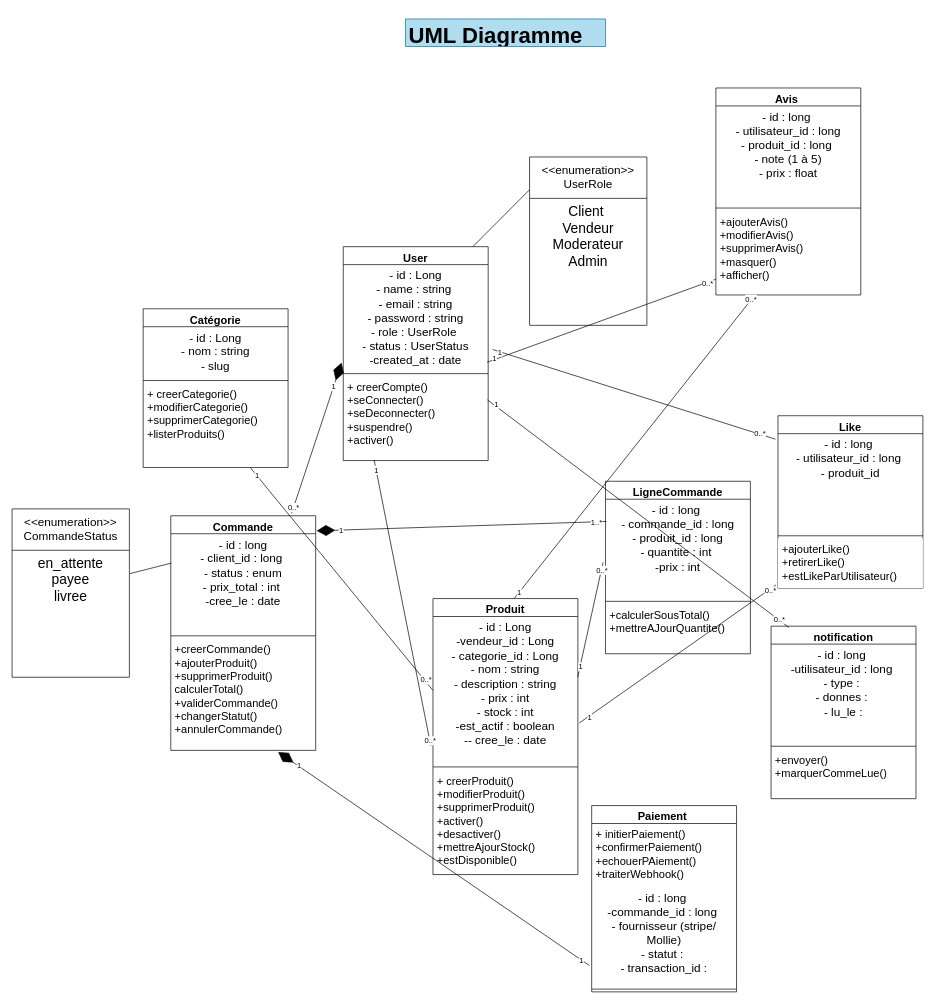
10LOKI/LocalMart keeps this draw.io diagram as public/assets/DiagramUML.drawio. Above is the earlier version. Source tidied: cells renumbered, new cells numbered last; positions are measured from the earlier drawing's top-left corner, leaving out a move shared by most shapes. Both pictures are drawn from the tidied source at 69%, with x=0, y=0 at pixel (12, 19).
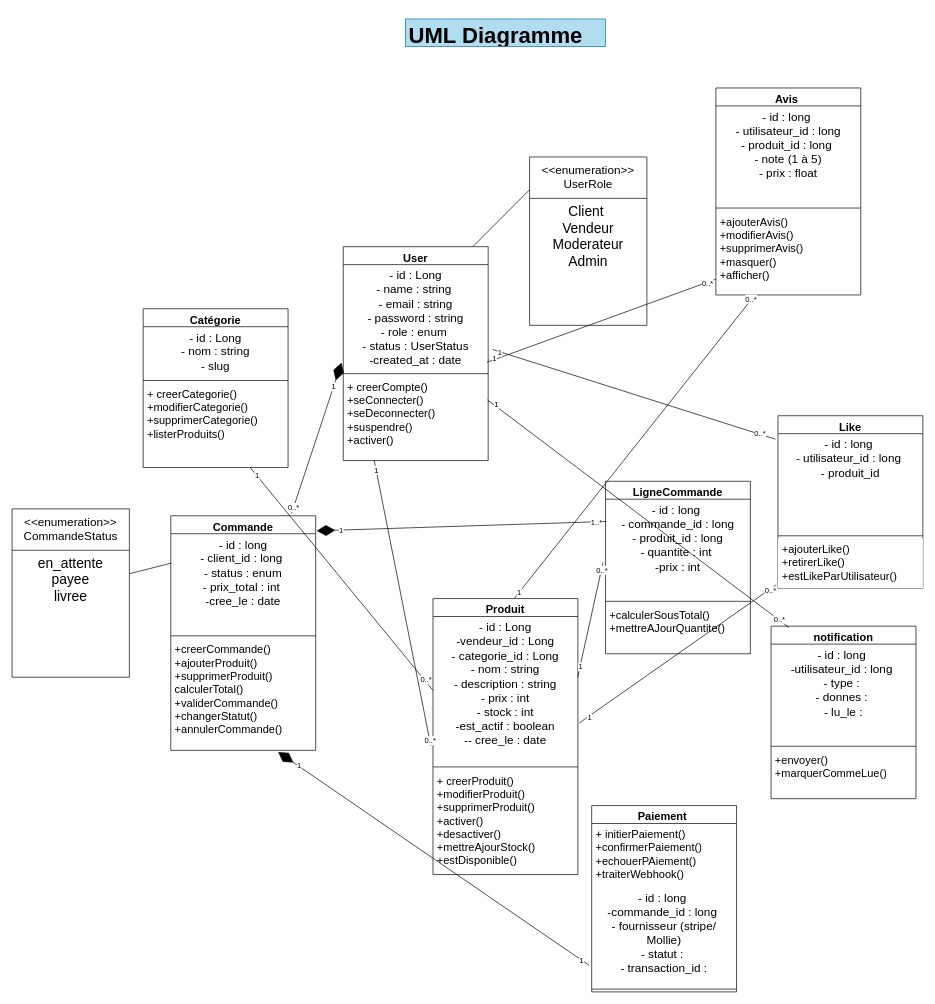
The same diagram, later.

Unchanged cells that the change refers to:
```xml
<mxCell id="2" value="&lt;font style=&quot;font-size: 16px;&quot;&gt;User&lt;/font&gt;" style="swimlane;fontStyle=1;align=center;verticalAlign=top;horizontal=1;startSize=26;whiteSpace=wrap;html=1;" parent="1" vertex="1">
  <mxGeometry x="480" y="330" width="210" height="310" as="geometry" />
</mxCell>
```

What changed in the source:
```diff
@@
-    <mxCell id="3" value="&lt;font style=&quot;font-size: 17px;&quot;&gt;- id : Long&lt;br&gt;- name : string&amp;nbsp;&lt;br&gt;- email : string&lt;br&gt;- password : string&lt;br&gt;- role : UserRole&amp;nbsp;&lt;br&gt;- status : UserStatus&lt;br&gt;-created_at : date&lt;/font&gt;" style="text;strokeColor=none;fillColor=none;align=center;verticalAlign=top;spacingLeft=4;spacingRight=4;overflow=hidden;points=[[0,0.5],[1,0.5]];portConstraint=eastwest;whiteSpace=wrap;html=1;" parent="2" vertex="1">
+    <mxCell id="3" value="&lt;font style=&quot;font-size: 17px;&quot;&gt;- id : Long&lt;br&gt;- name : string&amp;nbsp;&lt;br&gt;- email : string&lt;br&gt;- password : string&lt;br&gt;- role : enum&amp;nbsp;&lt;br&gt;- status : UserStatus&lt;br&gt;-created_at : date&lt;/font&gt;" style="text;strokeColor=none;fillColor=none;align=center;verticalAlign=top;spacingLeft=4;spacingRight=4;overflow=hidden;points=[[0,0.5],[1,0.5]];portConstraint=eastwest;whiteSpace=wrap;html=1;" parent="2" vertex="1">
       <mxGeometry y="26" width="210" height="154" as="geometry" />
     </mxCell>
```
